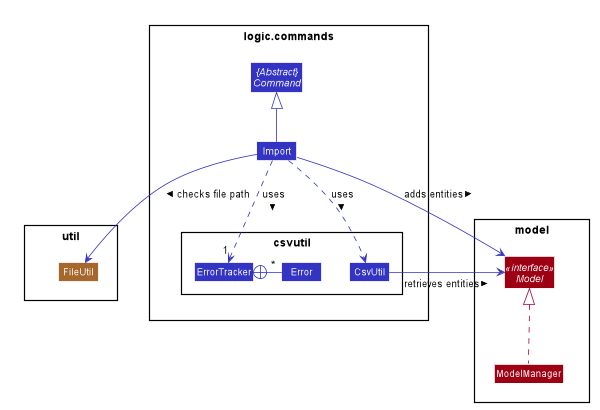
john0227/main keeps this PlantUML diagram as docs/images/ImportCommandClassDiagram.png. Above is the earlier version. Its diagram source:
```plantuml
@startuml












skinparam BackgroundColor #FFFFFFF

skinparam Shadowing false

skinparam Class {
    FontColor #FFFFFF
    BorderThickness 1
    BorderColor #FFFFFF
    StereotypeFontColor #FFFFFF
    FontName Arial
}

skinparam Actor {
    BorderColor #000000
    Color #000000
    FontName Arial
}

skinparam Sequence {
    MessageAlign center
    BoxFontSize 15
    BoxPadding 0
    BoxFontColor #FFFFFF
    FontName Arial
}

skinparam Participant {
    FontColor #FFFFFFF
    Padding 20
}

skinparam MinClassWidth 50
skinparam ParticipantPadding 10
skinparam Shadowing false
skinparam DefaultTextAlignment center
skinparam packageStyle Rectangle

hide footbox
hide members
hide circle

package "util" {
    Class FileUtil #A6662C
}

package "logic.commands" {
    Abstract Class "{Abstract}\nCommand" as Command #3333C4
    Class Import #3333C4
    package "csvutil" {
        Class CsvUtil #3333C4
        Class ErrorTracker #3333C4
        Class Error #3333C4
        ErrorTracker +- "*" Error #3333C4
    }
    Import -up-|> Command #3333C4
    Import .-right-> CsvUtil #3333C4 : uses >
    Import .-> "1" ErrorTracker #3333C4 : uses >
}
logic.commands -[hidden]-> util

Import --> FileUtil #3333C4 : checks file path >

package "model" {
    Interface Model <<interface>> #9D0012
    Class ModelManager #9D0012
    ModelManager .-up|> Model
}
logic.commands -[hidden]-> model

Import -down-> Model #3333C4 : adds entities >
CsvUtil -down> Model #3333C4 : retrieves entities >

@enduml
```
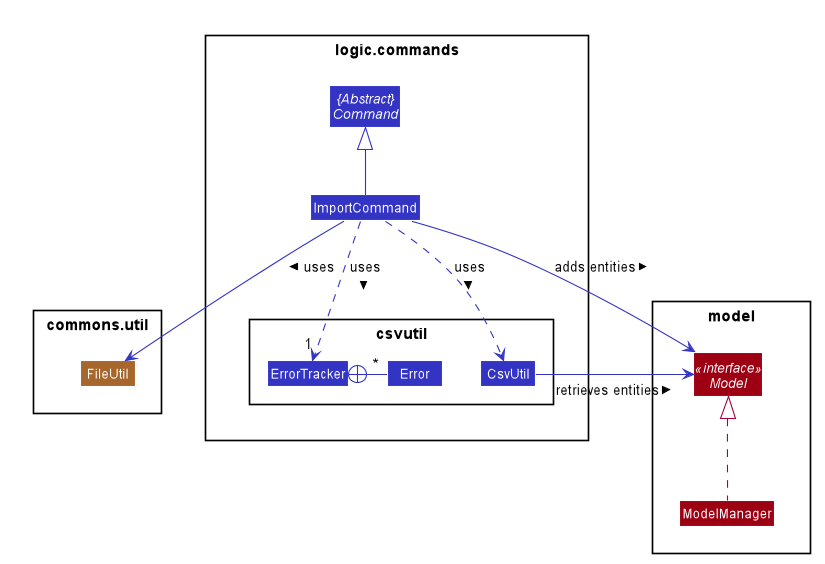
Above is the later version.

What changed in the source:
```diff
@@ -52,26 +52,26 @@
 hide members
 hide circle
 
-package "util" {
+package "commons.util" {
     Class FileUtil #A6662C
 }
 
 package "logic.commands" {
     Abstract Class "{Abstract}\nCommand" as Command #3333C4
-    Class Import #3333C4
+    Class ImportCommand #3333C4
     package "csvutil" {
         Class CsvUtil #3333C4
         Class ErrorTracker #3333C4
         Class Error #3333C4
         ErrorTracker +- "*" Error #3333C4
     }
-    Import -up-|> Command #3333C4
-    Import .-right-> CsvUtil #3333C4 : uses >
-    Import .-> "1" ErrorTracker #3333C4 : uses >
+    ImportCommand -up-|> Command #3333C4
+    ImportCommand .-right-> CsvUtil #3333C4 : uses >
+    ImportCommand .-> "1" ErrorTracker #3333C4 : uses >
 }
-logic.commands -[hidden]-> util
+logic.commands -[hidden]-> commons.util
 
-Import --> FileUtil #3333C4 : checks file path >
+ImportCommand --> FileUtil #3333C4 : uses >
 
 package "model" {
     Interface Model <<interface>> #9D0012
@@ -80,7 +80,7 @@
 }
 logic.commands -[hidden]-> model
 
-Import -down-> Model #3333C4 : adds entities >
+ImportCommand -down-> Model #3333C4 : adds entities >
 CsvUtil -down> Model #3333C4 : retrieves entities >
 
 @enduml
```
